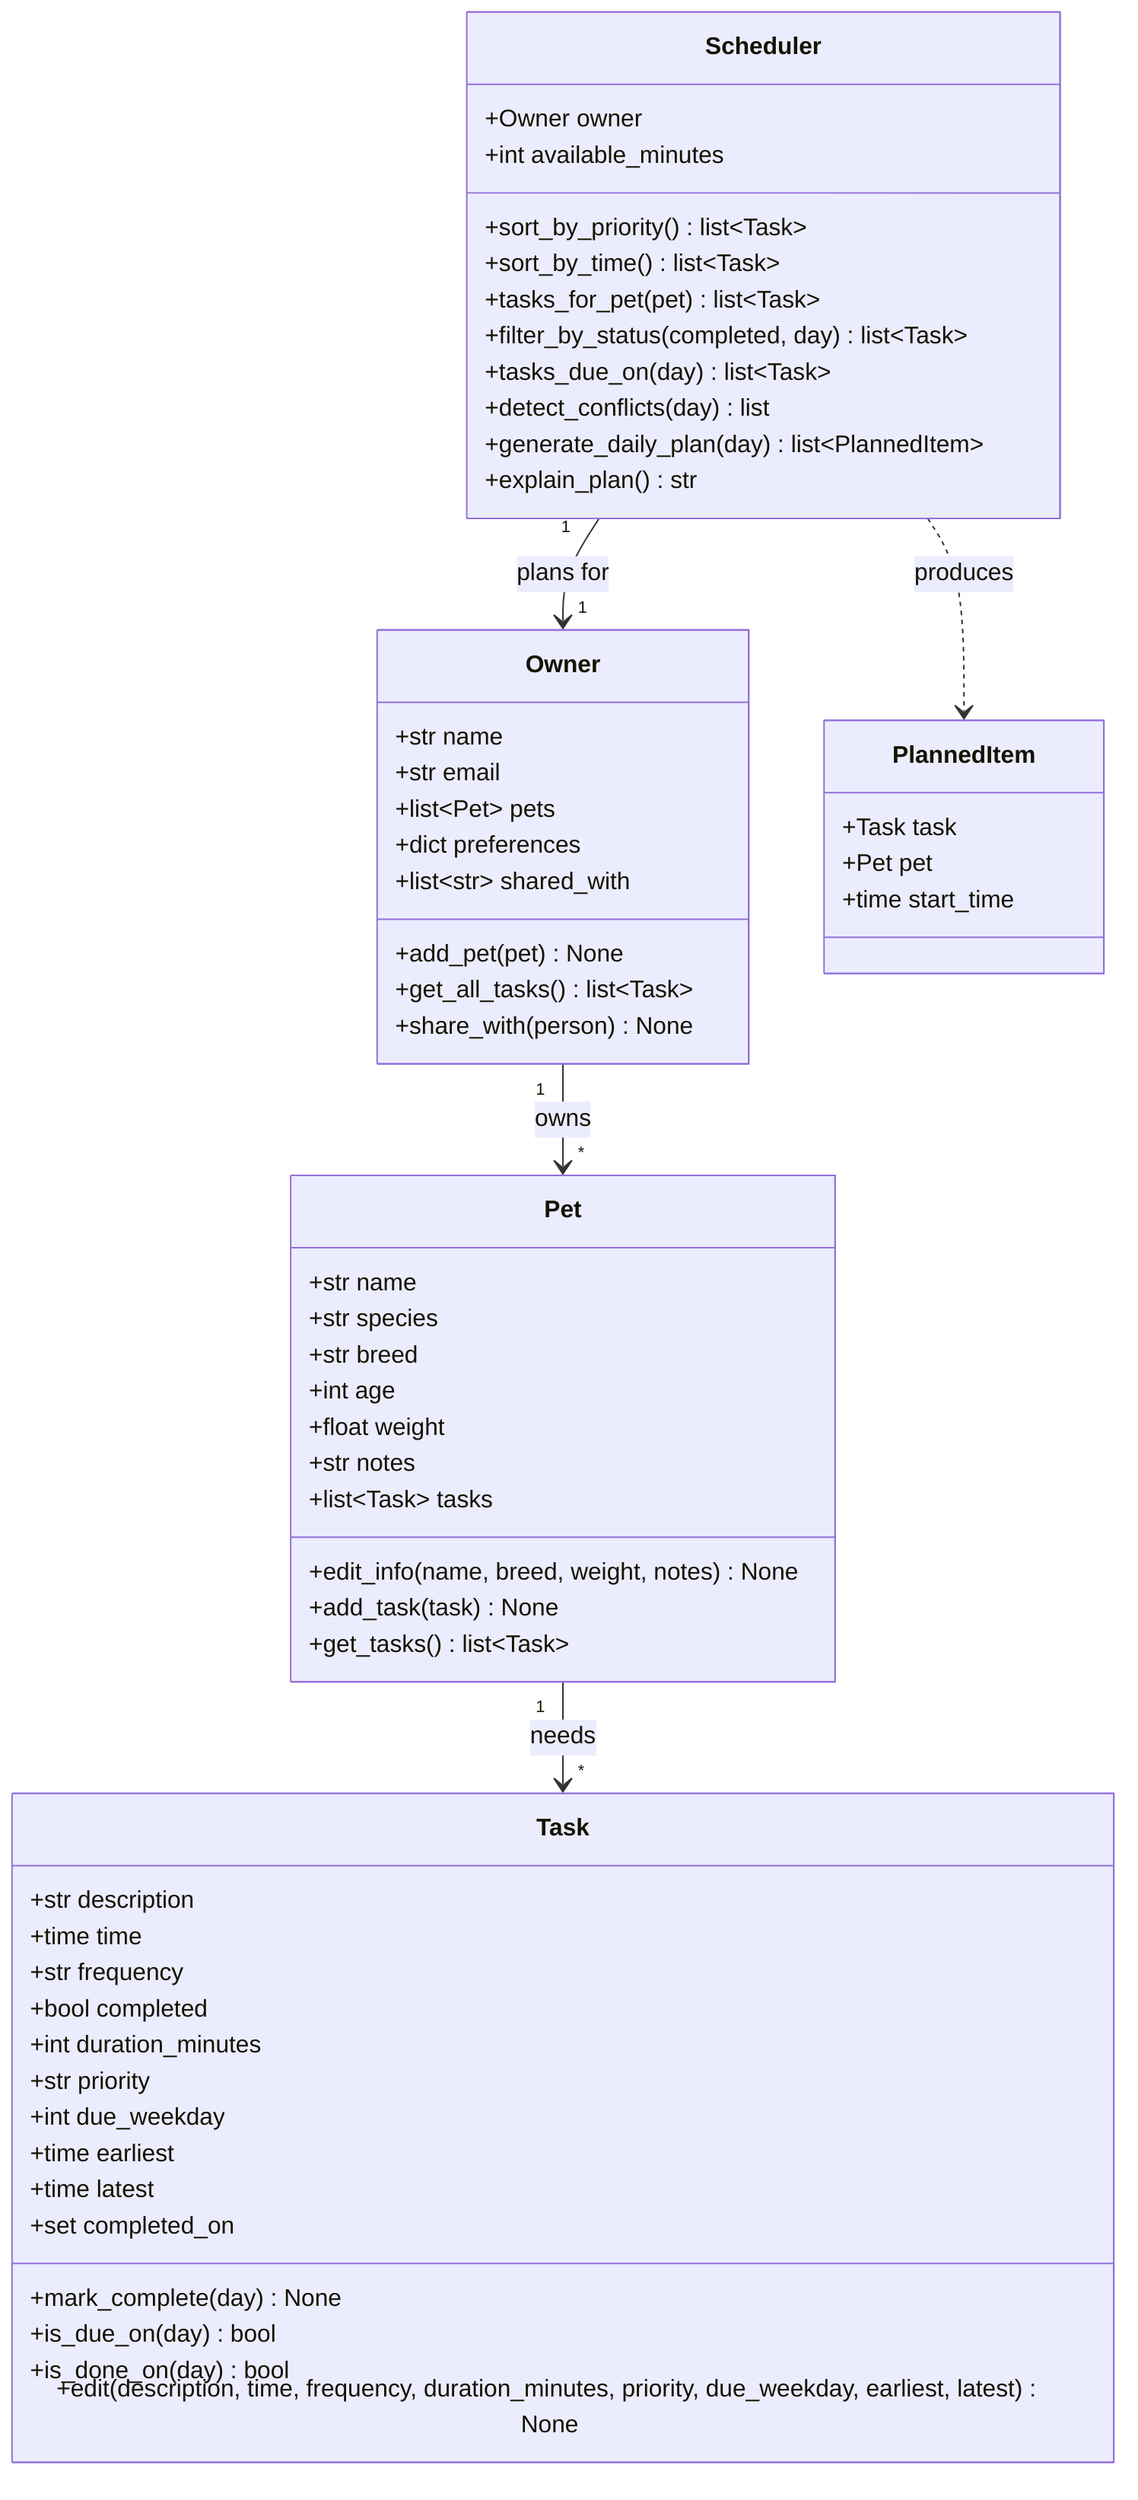
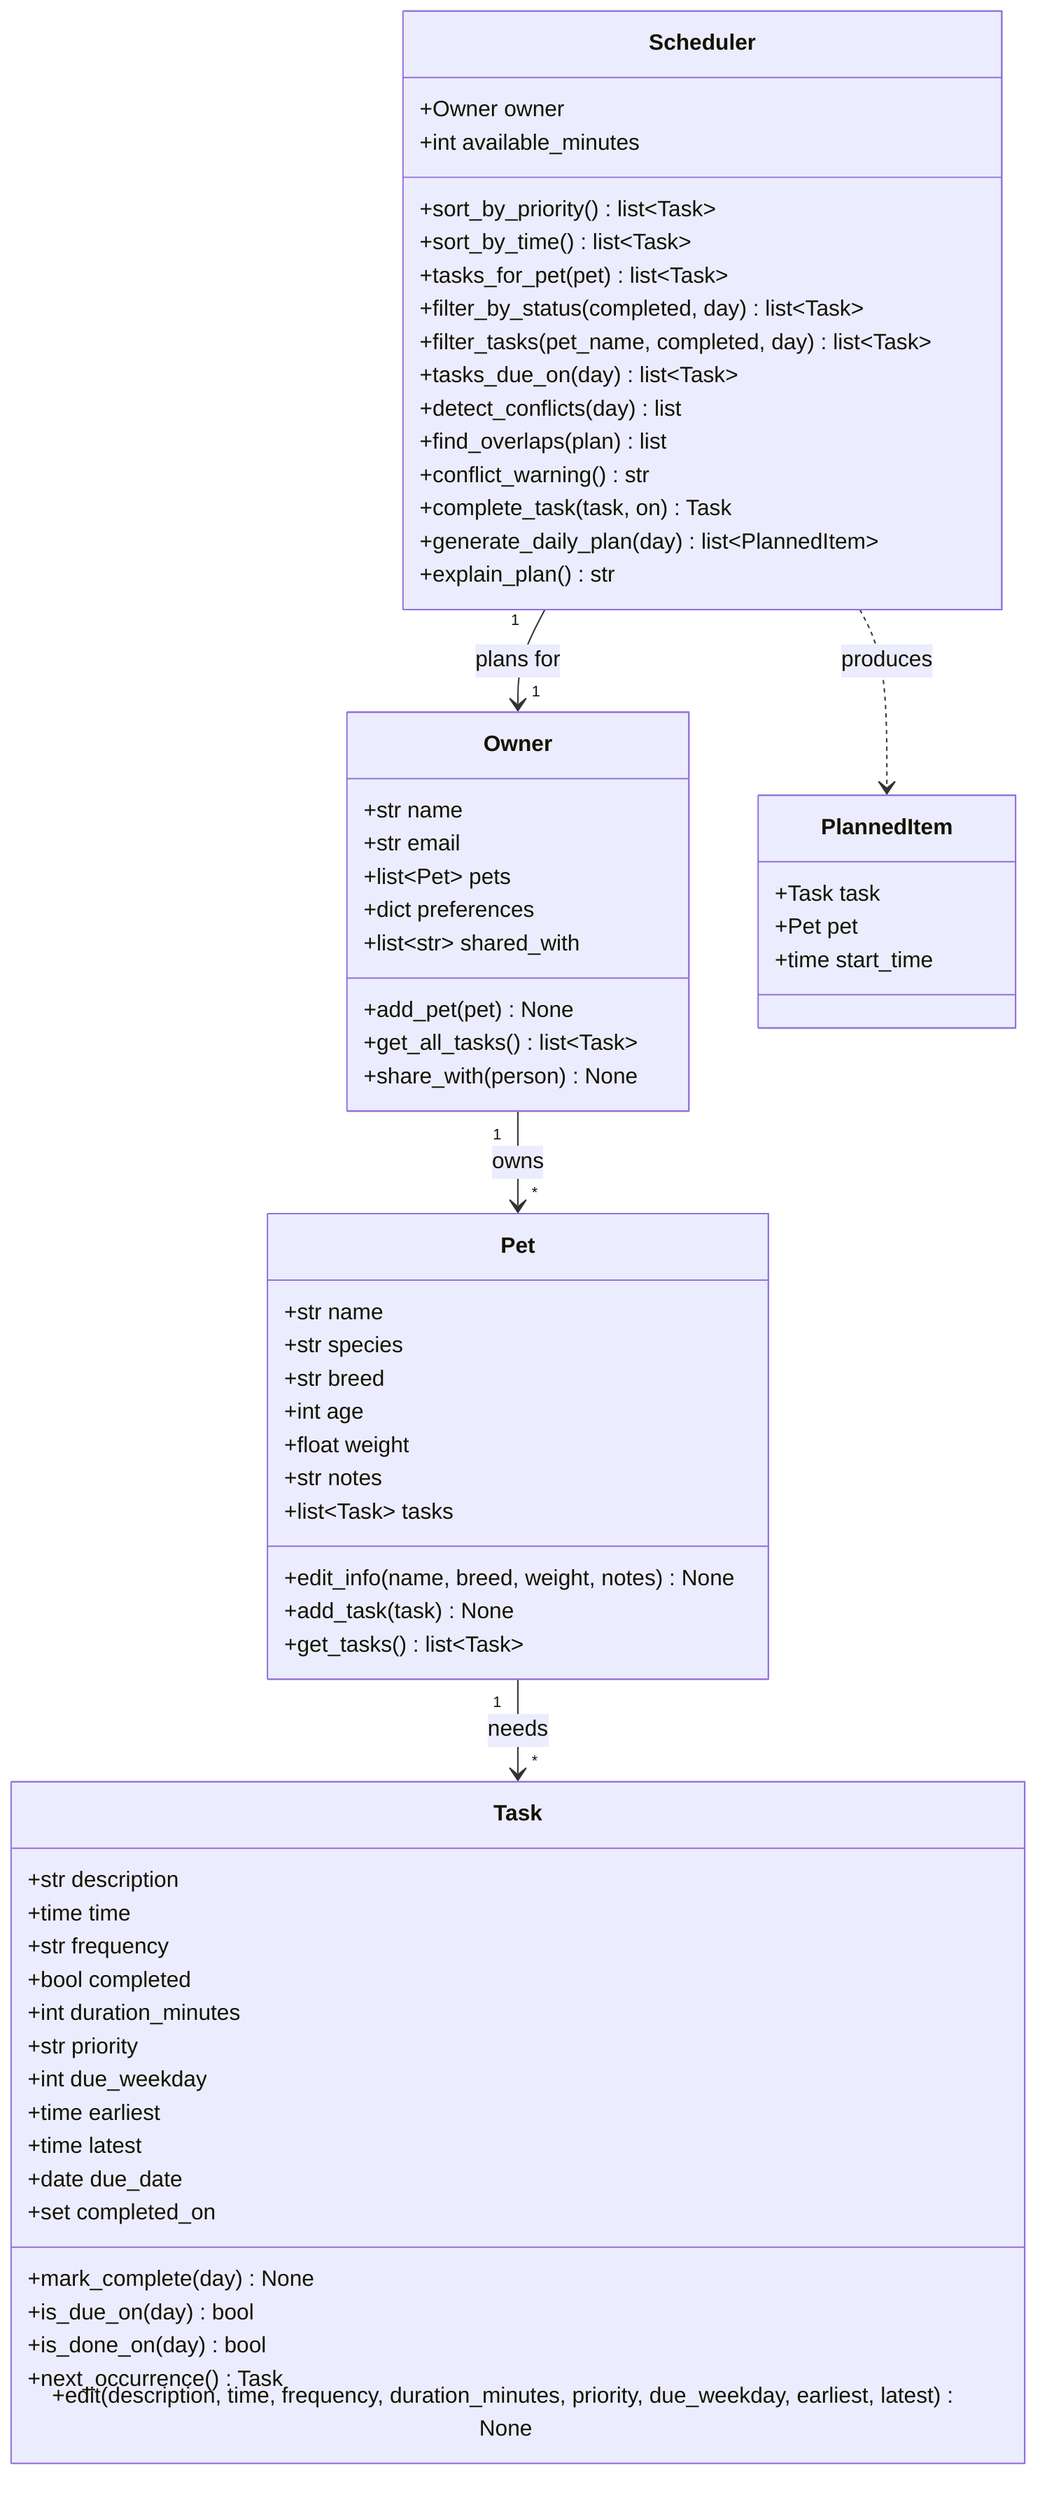
classDiagram
    %% PawPal+ class diagram — four core classes
    %% Keep this file updated so it matches your final implementation.

    %% Task: a single activity — description, time, frequency, completion status.
    %% A fixed `time` means it's anchored; time = None means the Scheduler places it.
    class Task {
        +str description
        +time time
        +str frequency
        +bool completed
        +int duration_minutes
        +str priority
        +int due_weekday
        +time earliest
        +time latest
+         +date due_date
        +set completed_on
        +mark_complete(day) None
        +is_due_on(day) bool
        +is_done_on(day) bool
+         +next_occurrence() Task
        +edit(description, time, frequency, duration_minutes, priority, due_weekday, earliest, latest) None
    }

    %% Pet: pet details plus the list of tasks it needs.
    class Pet {
        +str name
        +str species
        +str breed
        +int age
        +float weight
        +str notes
        +list~Task~ tasks
        +edit_info(name, breed, weight, notes) None
        +add_task(task) None
        +get_tasks() list~Task~
    }

    %% Owner: manages multiple pets and provides access to all their tasks.
    class Owner {
        +str name
        +str email
        +list~Pet~ pets
        +dict preferences
        +list~str~ shared_with
        +add_pet(pet) None
        +get_all_tasks() list~Task~
        +share_with(person) None
    }

    %% Scheduler: the brain — retrieves, organizes, and plans tasks across pets.
    class Scheduler {
        +Owner owner
        +int available_minutes
        +sort_by_priority() list~Task~
        +sort_by_time() list~Task~
        +tasks_for_pet(pet) list~Task~
        +filter_by_status(completed, day) list~Task~
+         +filter_tasks(pet_name, completed, day) list~Task~
        +tasks_due_on(day) list~Task~
        +detect_conflicts(day) list
+         +find_overlaps(plan) list
+         +conflict_warning() str
+         +complete_task(task, on) Task
        +generate_daily_plan(day) list~PlannedItem~
        +explain_plan() str
    }

    %% PlannedItem: one placed entry in a generated plan (helper record).
    class PlannedItem {
        +Task task
        +Pet pet
        +time start_time
    }

    Owner "1" --> "*" Pet : owns
    Pet "1" --> "*" Task : needs
    Scheduler "1" --> "1" Owner : plans for
    Scheduler ..> PlannedItem : produces
